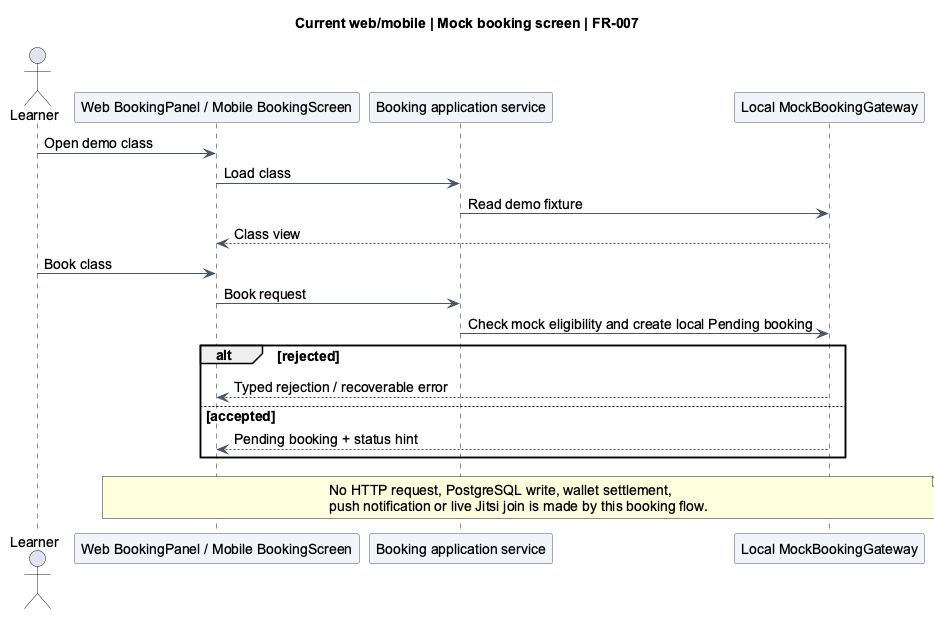
Earlier version of the PlantUML export docs/diagrams/checkpoint/generated/sequence-client-booking.png (trankien022/SkillSwap). Its diagram source:
```plantuml
@startuml
title Current web/mobile | Mock booking screen | FR-007
skinparam backgroundColor #FFFFFF
skinparam shadowing false
skinparam defaultFontName Arial
skinparam defaultFontSize 14
skinparam ArrowColor #475569
skinparam sequenceParticipantBackgroundColor #F1F5F9
skinparam sequenceParticipantBorderColor #475569
skinparam activityBackgroundColor #F1F5F9
skinparam activityBorderColor #475569
skinparam stateBackgroundColor #F1F5F9
skinparam stateBorderColor #475569
actor Learner as L
participant "Web BookingPanel / Mobile BookingScreen" as UI
participant "Booking application service" as S
participant "Local MockBookingGateway" as M
L -> UI: Open demo class
UI -> S: Load class
S -> M: Read demo fixture
M --> UI: Class view
L -> UI: Book class
UI -> S: Book request
S -> M: Check mock eligibility and create local Pending booking
alt rejected
 M --> UI: Typed rejection / recoverable error
else accepted
 M --> UI: Pending booking + status hint
end
note over UI,M: No HTTP request, PostgreSQL write, wallet settlement,\npush notification or live Jitsi join is made by this booking flow.
@enduml
```
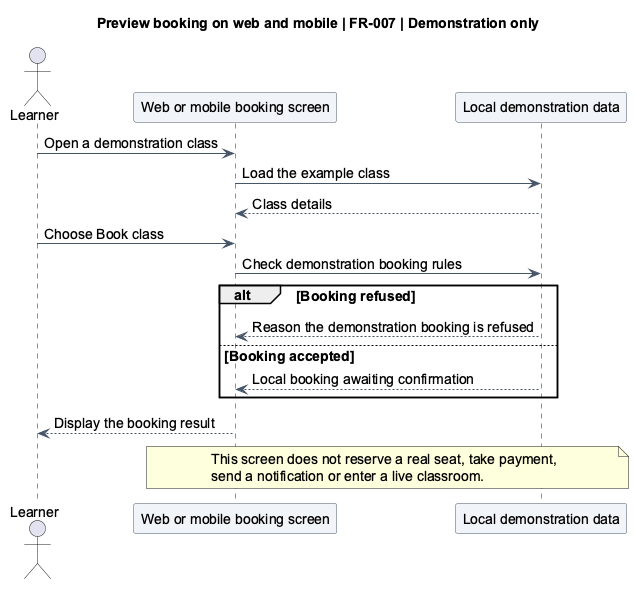
After the commit.

Change to the diagram source:
```diff
@@ -1,31 +1,29 @@
 @startuml
-title Current web/mobile | Mock booking screen | FR-007
+title Preview booking on web and mobile | FR-007 | Demonstration only
 skinparam backgroundColor #FFFFFF
 skinparam shadowing false
 skinparam defaultFontName Arial
 skinparam defaultFontSize 14
 skinparam ArrowColor #475569
+skinparam activityBackgroundColor #F1F5F9
+skinparam activityBorderColor #475569
 skinparam sequenceParticipantBackgroundColor #F1F5F9
 skinparam sequenceParticipantBorderColor #475569
-skinparam activityBackgroundColor #F1F5F9
-skinparam activityBorderColor #475569
 skinparam stateBackgroundColor #F1F5F9
 skinparam stateBorderColor #475569
 actor Learner as L
-participant "Web BookingPanel / Mobile BookingScreen" as UI
-participant "Booking application service" as S
-participant "Local MockBookingGateway" as M
-L -> UI: Open demo class
-UI -> S: Load class
-S -> M: Read demo fixture
-M --> UI: Class view
-L -> UI: Book class
-UI -> S: Book request
-S -> M: Check mock eligibility and create local Pending booking
-alt rejected
- M --> UI: Typed rejection / recoverable error
-else accepted
- M --> UI: Pending booking + status hint
+participant "Web or mobile booking screen" as UI
+participant "Local demonstration data" as D
+L -> UI: Open a demonstration class
+UI -> D: Load the example class
+D --> UI: Class details
+L -> UI: Choose Book class
+UI -> D: Check demonstration booking rules
+alt Booking refused
+ D --> UI: Reason the demonstration booking is refused
+else Booking accepted
+ D --> UI: Local booking awaiting confirmation
 end
-note over UI,M: No HTTP request, PostgreSQL write, wallet settlement,\npush notification or live Jitsi join is made by this booking flow.
+UI --> L: Display the booking result
+note over UI,D: This screen does not reserve a real seat, take payment,\nsend a notification or enter a live classroom.
 @enduml
```
